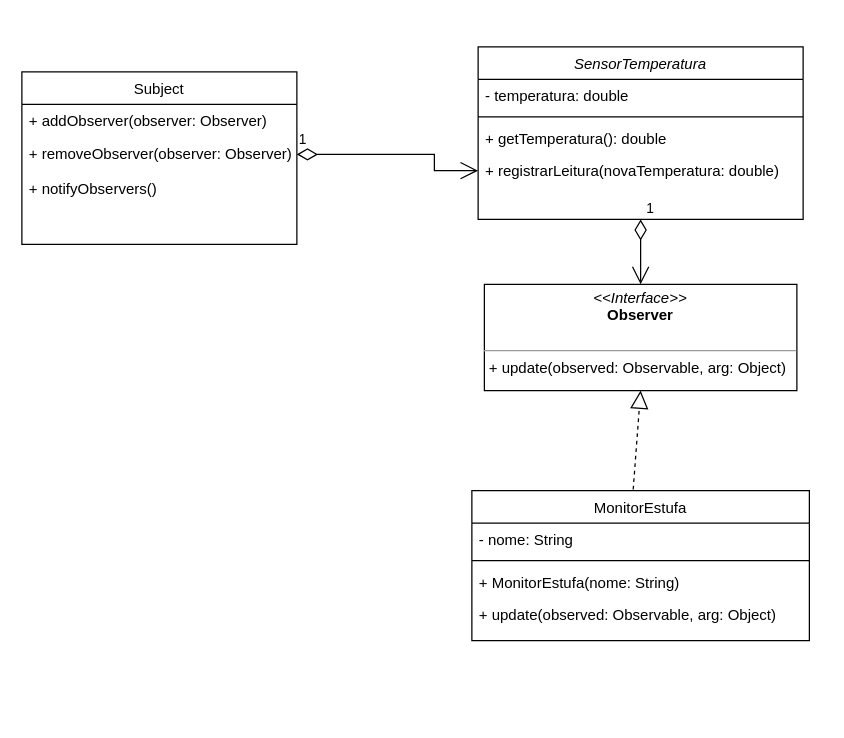
The draw.io diagram Padroes de Projeto de Sistemas/src/Observer1/Diagrama observer.drawio in marcelosilva7/bertoti, before the edit. Source tidied: cells renumbered, new cells numbered last; positions are measured from the earlier drawing's top-left corner, leaving out a move shared by most shapes. Both pictures are drawn from the tidied source at 125%, with x=0, y=0 at pixel (21, 46).
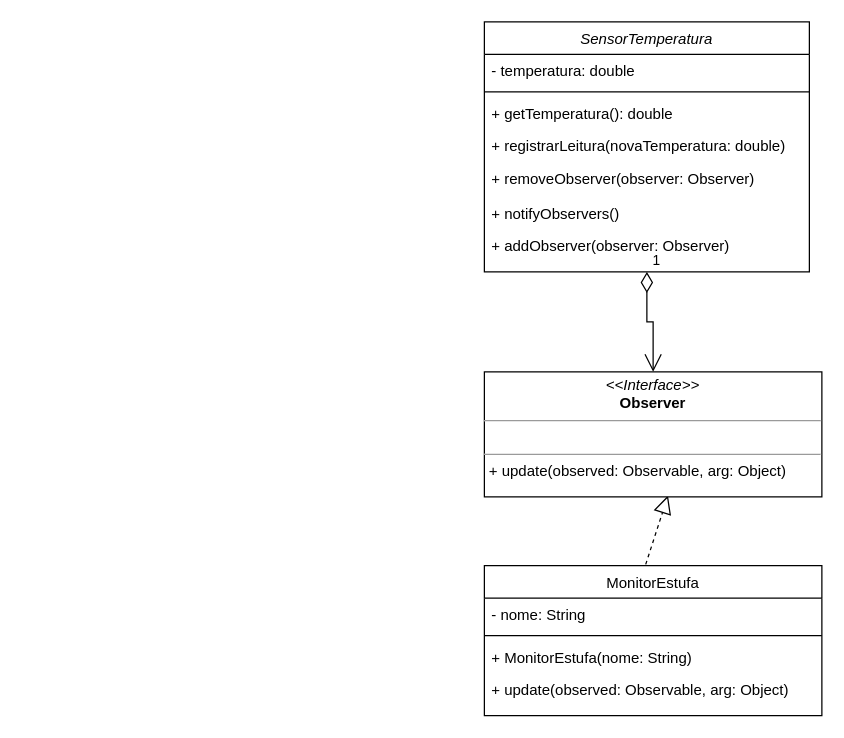
Above is the later version.

Unchanged cells that the change refers to:
```xml
<mxCell id="6" value="+ registrarLeitura(novaTemperatura: double)" style="text;align=left;verticalAlign=top;spacingLeft=4;spacingRight=4;overflow=hidden;points=[[0,0.5],[1,0.5]];portConstraint=eastwest;" parent="2" vertex="1">
  <mxGeometry y="86" width="260" height="26" as="geometry" />
</mxCell>
```

What changed in the source:
```diff
@@
     <mxCell id="2" value="SensorTemperatura" style="swimlane;fontStyle=2;align=center;verticalAlign=top;horizontal=1;startSize=26;rounded=0;shadow=0;strokeWidth=1;" parent="1" vertex="1">
-      <mxGeometry x="365" width="260" height="138" as="geometry" />
+      <mxGeometry x="370" y="-20" width="260" height="200" as="geometry" />
     </mxCell>
@@
-    <mxCell id="7" value="Subject" style="swimlane;fontStyle=0;align=center;verticalAlign=top;horizontal=1;startSize=26;rounded=0;shadow=0;strokeWidth=1;" parent="1" vertex="1">
-      <mxGeometry y="20" width="220" height="138" as="geometry" />
-    </mxCell>
-    <mxCell id="8" value="+ addObserver(observer: Observer)" style="text;align=left;verticalAlign=top;spacingLeft=4;spacingRight=4;overflow=hidden;" parent="7" vertex="1">
-      <mxGeometry y="26" width="220" height="26" as="geometry" />
-    </mxCell>
-    <mxCell id="9" value="+ removeObserver(observer: Observer)" style="text;align=left;verticalAlign=top;spacingLeft=4;spacingRight=4;overflow=hidden;points=[[0,0.5],[1,0.5]];portConstraint=eastwest;rounded=0;shadow=0;html=0;" parent="7" vertex="1">
-      <mxGeometry y="52" width="220" height="28" as="geometry" />
+    <mxCell id="9" value="+ removeObserver(observer: Observer)" style="text;align=left;verticalAlign=top;spacingLeft=4;spacingRight=4;overflow=hidden;points=[[0,0.5],[1,0.5]];portConstraint=eastwest;rounded=0;shadow=0;html=0;" parent="2" vertex="1">
+      <mxGeometry y="112" width="260" height="28" as="geometry" />
     </mxCell>
-    <mxCell id="10" value="+ notifyObservers()" style="text;align=left;verticalAlign=top;spacingLeft=4;spacingRight=4;overflow=hidden;rounded=0;shadow=0;html=0;" parent="7" vertex="1">
-      <mxGeometry y="80" width="220" height="26" as="geometry" />
+    <mxCell id="10" value="+ notifyObservers()" style="text;align=left;verticalAlign=top;spacingLeft=4;spacingRight=4;overflow=hidden;rounded=0;shadow=0;html=0;" parent="2" vertex="1">
+      <mxGeometry y="140" width="260" height="26" as="geometry" />
     </mxCell>
+    <mxCell id="8" value="+ addObserver(observer: Observer)" style="text;align=left;verticalAlign=top;spacingLeft=4;spacingRight=4;overflow=hidden;" parent="2" vertex="1">
+      <mxGeometry y="166" width="260" height="26" as="geometry" />
+    </mxCell>
     <mxCell id="11" value="MonitorEstufa" style="swimlane;fontStyle=0;align=center;verticalAlign=top;horizontal=1;startSize=26;rounded=0;shadow=0;strokeWidth=1;" parent="1" vertex="1">
-      <mxGeometry x="360" y="355" width="270" height="120" as="geometry" />
+      <mxGeometry x="370" y="415" width="270" height="120" as="geometry" />
     </mxCell>
@@
-    <mxCell id="16" value="&lt;p style=&quot;margin:0px;margin-top:4px;text-align:center;&quot;&gt;&lt;i&gt;&amp;lt;&amp;lt;Interface&amp;gt;&amp;gt;&lt;/i&gt;&lt;br&gt;&lt;b&gt;Observer&lt;/b&gt;&lt;/p&gt;&lt;p style=&quot;margin:0px;margin-left:4px;&quot;&gt;&lt;br&gt;&lt;/p&gt;&lt;hr size=&quot;1&quot;&gt;&lt;p style=&quot;margin:0px;margin-left:4px;&quot;&gt; + update(observed: Observable, arg: Object)&lt;br&gt;&lt;/p&gt;" style="verticalAlign=top;align=left;overflow=fill;fontSize=12;fontFamily=Helvetica;html=1;whiteSpace=wrap;" parent="1" vertex="1">
-      <mxGeometry x="370" y="190" width="250" height="85" as="geometry" />
-    </mxCell>
-    <mxCell id="17" style="endArrow=block;dashed=1;endFill=0;endSize=12;html=1;rounded=0;exitX=0.478;exitY=-0.008;exitDx=0;exitDy=0;exitPerimeter=0;entryX=0.5;entryY=1;entryDx=0;entryDy=0;" parent="1" edge="1" source="11" target="16">
+    <mxCell id="17" style="endArrow=block;dashed=1;endFill=0;endSize=12;html=1;rounded=0;exitX=0.478;exitY=-0.008;exitDx=0;exitDy=0;exitPerimeter=0;entryX=0.544;entryY=0.99;entryDx=0;entryDy=0;entryPerimeter=0;" parent="1" edge="1" source="11" target="16">
       <mxGeometry relative="1" as="geometry" />
     </mxCell>
-    <mxCell id="18" value="1" style="endArrow=open;html=1;endSize=12;startArrow=diamondThin;startSize=14;startFill=0;edgeStyle=orthogonalEdgeStyle;align=left;verticalAlign=bottom;rounded=0;exitX=0.5;exitY=1;exitDx=0;exitDy=0;entryX=0.5;entryY=0;entryDx=0;entryDy=0;" parent="1" edge="1" source="2" target="16">
+    <mxCell id="18" value="1" style="endArrow=open;html=1;endSize=12;startArrow=diamondThin;startSize=14;startFill=0;edgeStyle=orthogonalEdgeStyle;align=left;verticalAlign=bottom;rounded=0;exitX=0.5;exitY=1;exitDx=0;exitDy=0;" parent="1" edge="1" source="2" target="16">
       <mxGeometry x="-1" y="3" relative="1" as="geometry" />
     </mxCell>
-    <mxCell id="19" value="1" style="endArrow=open;html=1;endSize=12;startArrow=diamondThin;startSize=14;startFill=0;edgeStyle=orthogonalEdgeStyle;align=left;verticalAlign=bottom;rounded=0;exitX=1;exitY=0.5;exitDx=0;exitDy=0;entryX=0;entryY=0.5;entryDx=0;entryDy=0;" parent="1" edge="1" source="9" target="6">
-      <mxGeometry x="-1" y="3" relative="1" as="geometry">
-        <Array as="points">
-          <mxPoint x="330" y="86" />
-          <mxPoint x="330" y="99" />
-        </Array>
-      </mxGeometry>
-    </mxCell>
+    <mxCell id="16" value="&lt;p style=&quot;margin:0px;margin-top:4px;text-align:center;&quot;&gt;&lt;i&gt;&amp;lt;&amp;lt;Interface&amp;gt;&amp;gt;&lt;/i&gt;&lt;br&gt;&lt;b&gt;Observer&lt;/b&gt;&lt;/p&gt;&lt;hr size=&quot;1&quot;&gt;&lt;p style=&quot;margin:0px;margin-left:4px;&quot;&gt;&lt;br&gt;&lt;/p&gt;&lt;hr size=&quot;1&quot;&gt;&lt;p style=&quot;margin:0px;margin-left:4px;&quot;&gt;+ update(observed: Observable, arg: Object)&lt;br&gt;&lt;/p&gt;" style="verticalAlign=top;align=left;overflow=fill;fontSize=12;fontFamily=Helvetica;html=1;whiteSpace=wrap;" parent="1" vertex="1">
+      <mxGeometry x="370" y="260" width="270" height="100" as="geometry" />
+    </mxCell>
```
